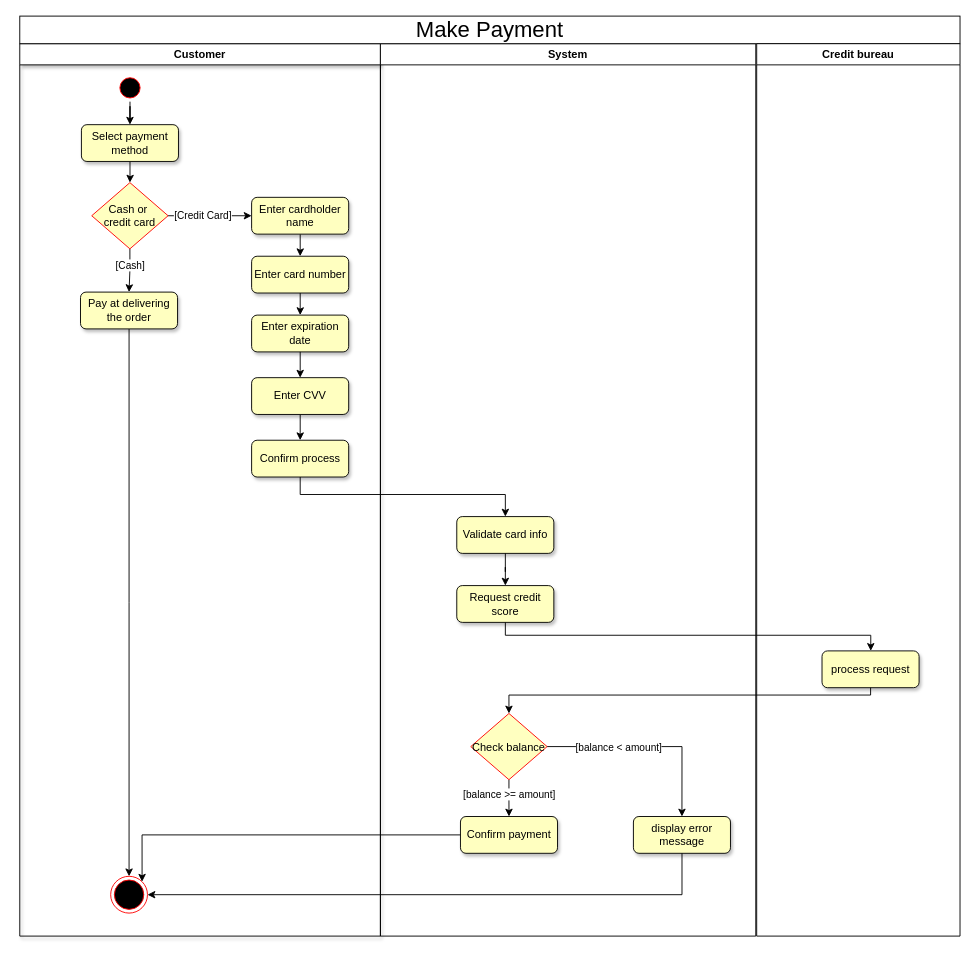
The draw.io diagram UML/activity diagram and scenario/Make payement/Make payment.drawio in eltohamy3/Ecommerce-System-analysis_project, before the edit. Source tidied: cells renumbered, new cells numbered last; positions are measured from the earlier drawing's top-left corner, leaving out a move shared by most shapes. Both pictures are drawn from the tidied source at 92%, with x=0, y=0 at pixel (19, 16).
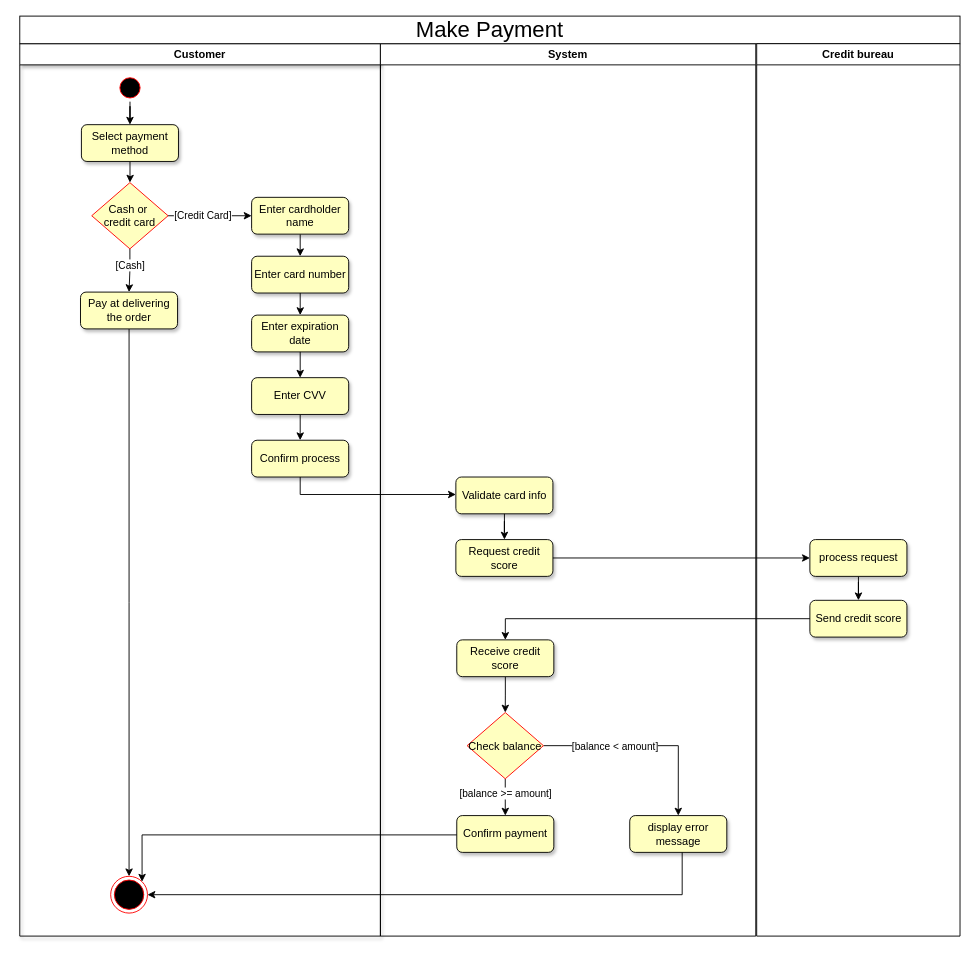
After the change.

Unchanged cells that the change refers to:
```xml
<mxCell id="24" value="System" style="swimlane;whiteSpace=wrap;fillColor=#FFFFFF;swimlaneLine=1;" parent="1" vertex="1">
  <mxGeometry x="392" y="30" width="408" height="970" as="geometry" />
</mxCell>
<mxCell id="37" value="Credit bureau" style="swimlane;whiteSpace=wrap;fillColor=#FFFFFF;swimlaneLine=1;" parent="1" vertex="1">
  <mxGeometry x="801" y="30" width="221" height="970" as="geometry" />
</mxCell>
```

What changed in the source:
```diff
@@
     <mxCell id="25" value="Validate card info" style="rounded=1;whiteSpace=wrap;html=1;fillColor=#FFFFC0;shadow=1;" parent="24" vertex="1">
-      <mxGeometry x="83" y="514" width="105.5" height="40" as="geometry" />
+      <mxGeometry x="82" y="471" width="105.5" height="40" as="geometry" />
     </mxCell>
@@
     <mxCell id="30" value="Check balance" style="rhombus;fillColor=#FFFFC0;strokeColor=#ff0000;" parent="24" vertex="1">
-      <mxGeometry x="98.2" y="728" width="83" height="72" as="geometry" />
+      <mxGeometry x="94.2" y="727" width="83" height="72" as="geometry" />
     </mxCell>
     <mxCell id="31" value="Confirm payment" style="rounded=1;whiteSpace=wrap;html=1;fillColor=#FFFFC0;shadow=1;" parent="24" vertex="1">
-      <mxGeometry x="87" y="840" width="105.5" height="40" as="geometry" />
+      <mxGeometry x="83" y="839" width="105.5" height="40" as="geometry" />
     </mxCell>
     <mxCell id="32" value="display error message" style="rounded=1;whiteSpace=wrap;html=1;fillColor=#FFFFC0;shadow=1;" parent="24" vertex="1">
-      <mxGeometry x="275" y="840" width="105.5" height="40" as="geometry" />
+      <mxGeometry x="271" y="839" width="105.5" height="40" as="geometry" />
     </mxCell>
@@
     <mxCell id="34" value="Request credit score" style="rounded=1;whiteSpace=wrap;html=1;fillColor=#FFFFC0;shadow=1;" parent="24" vertex="1">
-      <mxGeometry x="83" y="589" width="105.5" height="40" as="geometry" />
+      <mxGeometry x="82" y="539" width="105.5" height="40" as="geometry" />
     </mxCell>
+    <mxCell id="43" style="edgeStyle=orthogonalEdgeStyle;rounded=0;jettySize=auto;html=1;entryX=0.5;entryY=0;entryDx=0;entryDy=0;" parent="24" edge="1" source="44" target="30">
+      <mxGeometry relative="1" as="geometry" />
+    </mxCell>
+    <mxCell id="44" value="Receive credit score" style="rounded=1;whiteSpace=wrap;html=1;fillColor=#FFFFC0;shadow=1;" parent="24" vertex="1">
+      <mxGeometry x="83" y="648" width="105.5" height="40" as="geometry" />
+    </mxCell>
@@
+    <mxCell id="45" style="edgeStyle=orthogonalEdgeStyle;rounded=0;jettySize=auto;html=1;" parent="37" edge="1" source="38" target="46">
+      <mxGeometry relative="1" as="geometry" />
+    </mxCell>
     <mxCell id="38" value="process request" style="rounded=1;whiteSpace=wrap;html=1;fillColor=#FFFFC0;shadow=1;" parent="37" vertex="1">
-      <mxGeometry x="71" y="660" width="105.5" height="40" as="geometry" />
+      <mxGeometry x="57.8" y="539" width="105.5" height="40" as="geometry" />
     </mxCell>
-    <mxCell id="39" style="edgeStyle=orthogonalEdgeStyle;rounded=0;jettySize=auto;html=1;" parent="1" edge="1" source="34" target="38">
-      <mxGeometry relative="1" as="geometry">
-        <Array as="points">
-          <mxPoint x="528" y="673" />
-          <mxPoint x="925" y="673" />
-        </Array>
-      </mxGeometry>
-    </mxCell>
-    <mxCell id="40" style="edgeStyle=orthogonalEdgeStyle;rounded=0;jettySize=auto;html=1;entryX=0.5;entryY=0;entryDx=0;entryDy=0;" parent="1" edge="1" source="38" target="30">
-      <mxGeometry relative="1" as="geometry">
-        <Array as="points">
-          <mxPoint x="925" y="738" />
-          <mxPoint x="532" y="738" />
-        </Array>
-      </mxGeometry>
-    </mxCell>
+    <mxCell id="46" value="Send credit score" style="rounded=1;whiteSpace=wrap;html=1;fillColor=#FFFFC0;shadow=1;" parent="37" vertex="1">
+      <mxGeometry x="57.8" y="605" width="105.5" height="40" as="geometry" />
+    </mxCell>
@@
+    <mxCell id="39" style="edgeStyle=orthogonalEdgeStyle;rounded=0;jettySize=auto;html=1;entryX=0;entryY=0.5;entryDx=0;entryDy=0;" parent="1" edge="1" source="34" target="38">
+      <mxGeometry relative="1" as="geometry" />
+    </mxCell>
+    <mxCell id="47" style="edgeStyle=orthogonalEdgeStyle;rounded=0;jettySize=auto;html=1;entryX=0.5;entryY=0;entryDx=0;entryDy=0;" parent="1" edge="1" source="46" target="44">
+      <mxGeometry relative="1" as="geometry" />
+    </mxCell>
```
